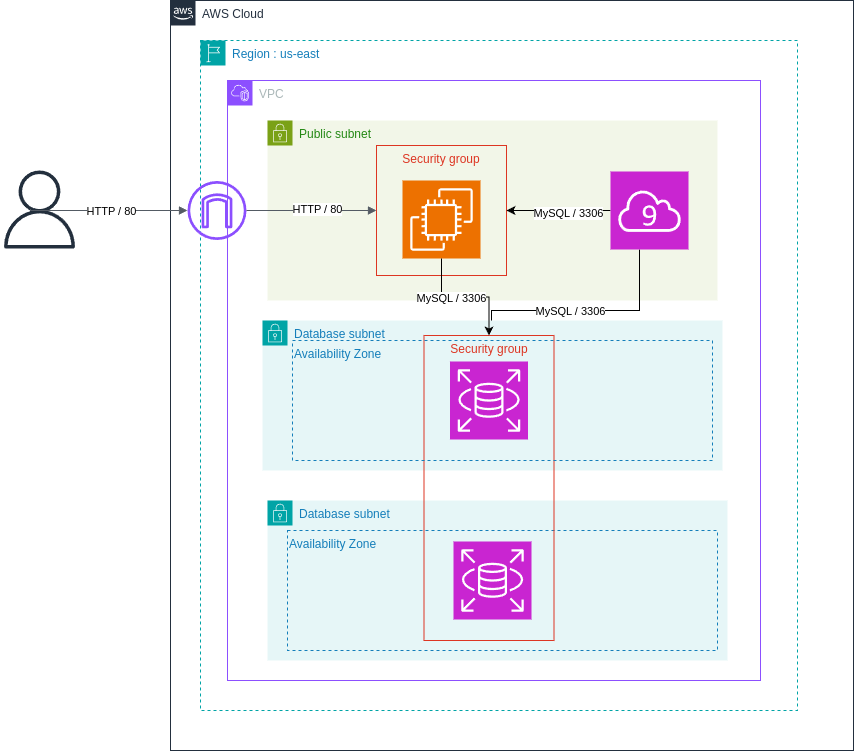
Earlier version of the draw.io export phase2/src/phase2.drawio.png (Toxma/SDV-IAC-AWS). Source tidied: cells renumbered, new cells last; positions are measured from the earlier drawing's top-left corner, leaving out a move shared by most shapes.
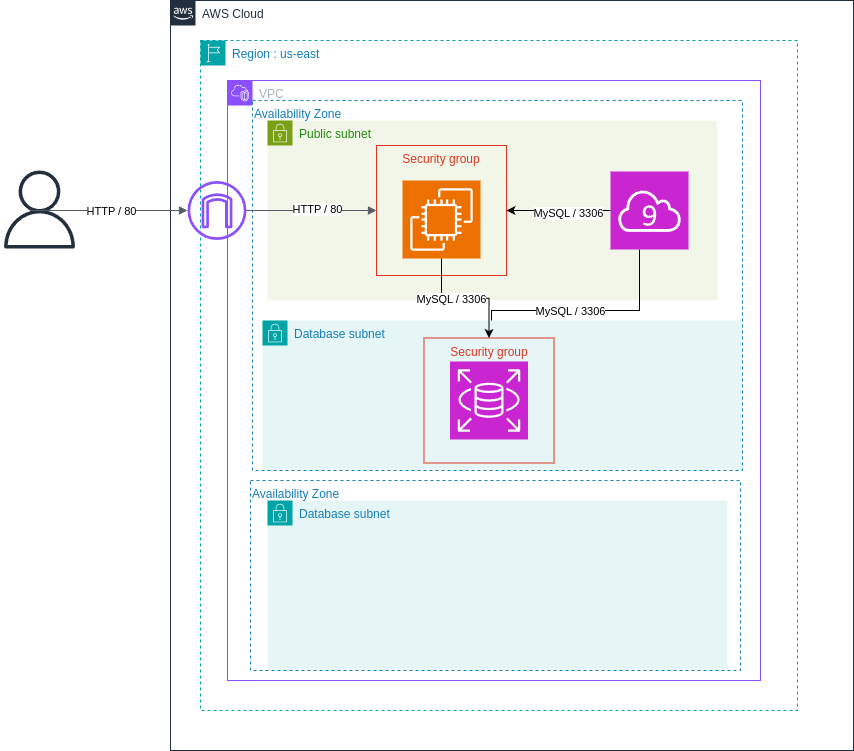
Above is the later version.

Diff of the diagram source:
```diff
@@ -44,26 +44,20 @@
       <mxGeometry x="343" y="51" width="78" height="78" as="geometry" />
     </mxCell>
     <mxCell id="13" value="Database subnet" style="gradientColor=none;html=1;whiteSpace=wrap;fontSize=12;fontStyle=0;shape=mxgraph.aws4.group;grIcon=mxgraph.aws4.group_security_group;grStroke=0;strokeColor=#00A4A6;fillColor=#E6F6F7;verticalAlign=top;align=left;spacingLeft=30;fontColor=#147EBA;dashed=0;" parent="4" vertex="1">
-      <mxGeometry x="40" y="420" width="460" height="160" as="geometry" />
+      <mxGeometry x="40" y="420" width="460" height="170" as="geometry" />
     </mxCell>
-    <mxCell id="14" style="sketch=0;fontColor=#232F3E;fillColor=#C925D1;strokeColor=#ffffff;dashed=0;verticalLabelPosition=bottom;verticalAlign=top;align=center;html=1;fontSize=12;fontStyle=0;shape=mxgraph.aws4.resourceIcon;resIcon=mxgraph.aws4.rds;" parent="13" vertex="1">
-      <mxGeometry x="186" y="41" width="78" height="78" as="geometry" />
-    </mxCell>
-    <mxCell id="15" value="Availability Zone" style="fillColor=none;strokeColor=#147EBA;dashed=1;verticalAlign=top;fontStyle=0;fontColor=#147EBA;whiteSpace=wrap;html=1;align=left;" parent="13" vertex="1">
-      <mxGeometry x="20" y="30" width="430" height="120" as="geometry" />
-    </mxCell>
     <mxCell id="16" value="Database subnet" style="gradientColor=none;html=1;whiteSpace=wrap;fontSize=12;fontStyle=0;shape=mxgraph.aws4.group;grIcon=mxgraph.aws4.group_security_group;grStroke=0;strokeColor=#00A4A6;fillColor=#E6F6F7;verticalAlign=top;align=left;spacingLeft=30;fontColor=#147EBA;dashed=0;" parent="4" vertex="1">
-      <mxGeometry x="35" y="240" width="460" height="150" as="geometry" />
+      <mxGeometry x="35" y="240" width="480" height="150" as="geometry" />
     </mxCell>
     <mxCell id="17" style="sketch=0;fontColor=#232F3E;fillColor=#C925D1;strokeColor=#ffffff;dashed=0;verticalLabelPosition=bottom;verticalAlign=top;align=center;html=1;fontSize=12;fontStyle=0;shape=mxgraph.aws4.resourceIcon;resIcon=mxgraph.aws4.rds;" parent="16" vertex="1">
       <mxGeometry x="187.5" y="41" width="78" height="78" as="geometry" />
     </mxCell>
+    <mxCell id="19" value="Availability Zone" style="fillColor=none;strokeColor=#147EBA;dashed=1;verticalAlign=top;fontStyle=0;fontColor=#147EBA;whiteSpace=wrap;html=1;align=left;" parent="16" vertex="1">
+      <mxGeometry x="-10" y="-220" width="490" height="370" as="geometry" />
+    </mxCell>
     <mxCell id="18" value="Security group" style="fillColor=none;strokeColor=#DD3522;verticalAlign=top;fontStyle=0;fontColor=#DD3522;whiteSpace=wrap;html=1;" parent="16" vertex="1">
-      <mxGeometry x="161.5" y="15" width="130" height="305" as="geometry" />
+      <mxGeometry x="161.5" y="17.5" width="130" height="125" as="geometry" />
     </mxCell>
-    <mxCell id="19" value="Availability Zone" style="fillColor=none;strokeColor=#147EBA;dashed=1;verticalAlign=top;fontStyle=0;fontColor=#147EBA;whiteSpace=wrap;html=1;align=left;" parent="16" vertex="1">
-      <mxGeometry x="30" y="20" width="420" height="120" as="geometry" />
-    </mxCell>
     <mxCell id="20" style="edgeStyle=orthogonalEdgeStyle;rounded=0;jettySize=auto;html=1;entryX=0.5;entryY=0;entryDx=0;entryDy=0;" parent="4" edge="1" source="7" target="18">
       <mxGeometry relative="1" as="geometry" />
     </mxCell>
@@ -93,5 +87,8 @@
     <mxCell id="27" value="HTTP / 80" style="edgeLabel;html=1;align=center;verticalAlign=middle;" parent="26" vertex="1">
       <mxGeometry x="0.04" relative="1" as="geometry" />
     </mxCell>
+    <mxCell id="15" value="Availability Zone" style="fillColor=none;strokeColor=#147EBA;dashed=1;verticalAlign=top;fontStyle=0;fontColor=#147EBA;whiteSpace=wrap;html=1;align=left;" parent="1" vertex="1">
+      <mxGeometry x="250" y="480" width="490" height="190" as="geometry" />
+    </mxCell>
   </root>
 </mxGraphModel>
```
